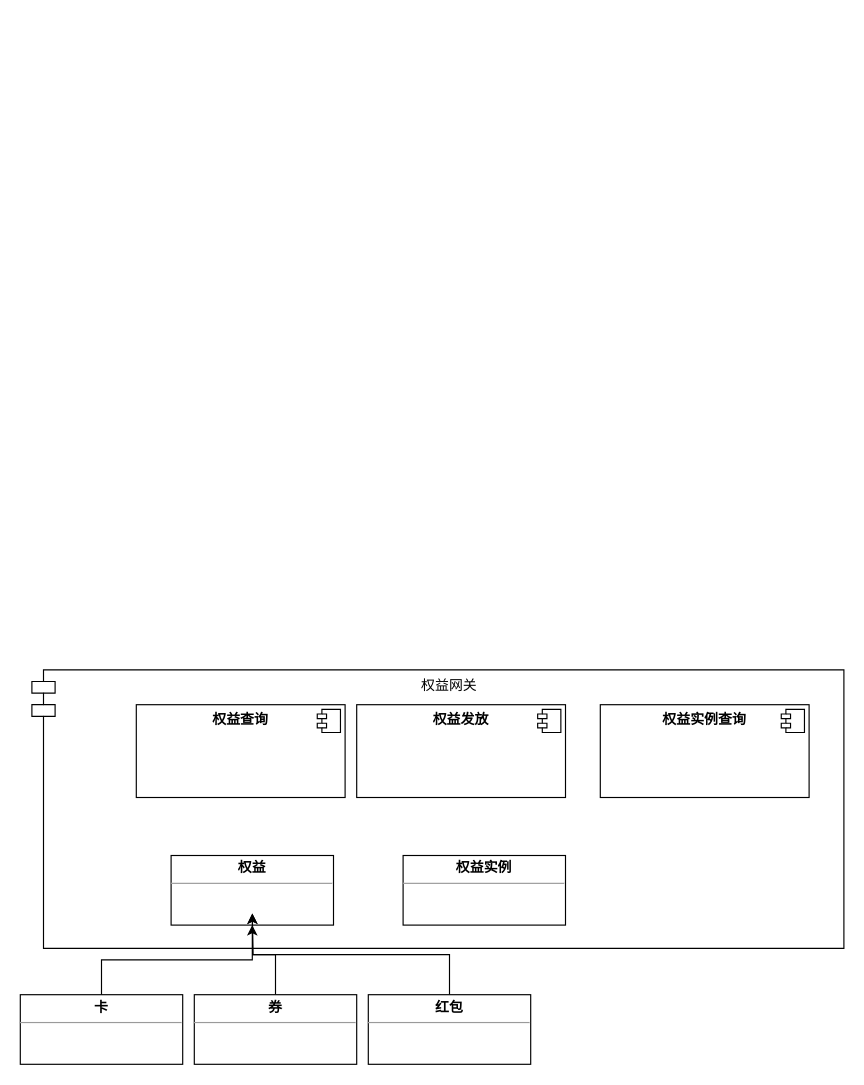
Before: Untitled Diagram.drawio in nomouse/learn, a draw.io diagram. Source tidied: cells renumbered, new cells numbered last; positions are measured from the earlier drawing's top-left corner, leaving out a move shared by most shapes. Both pictures are drawn from the tidied source at 116%, with x=0, y=0 at pixel (20, 669).
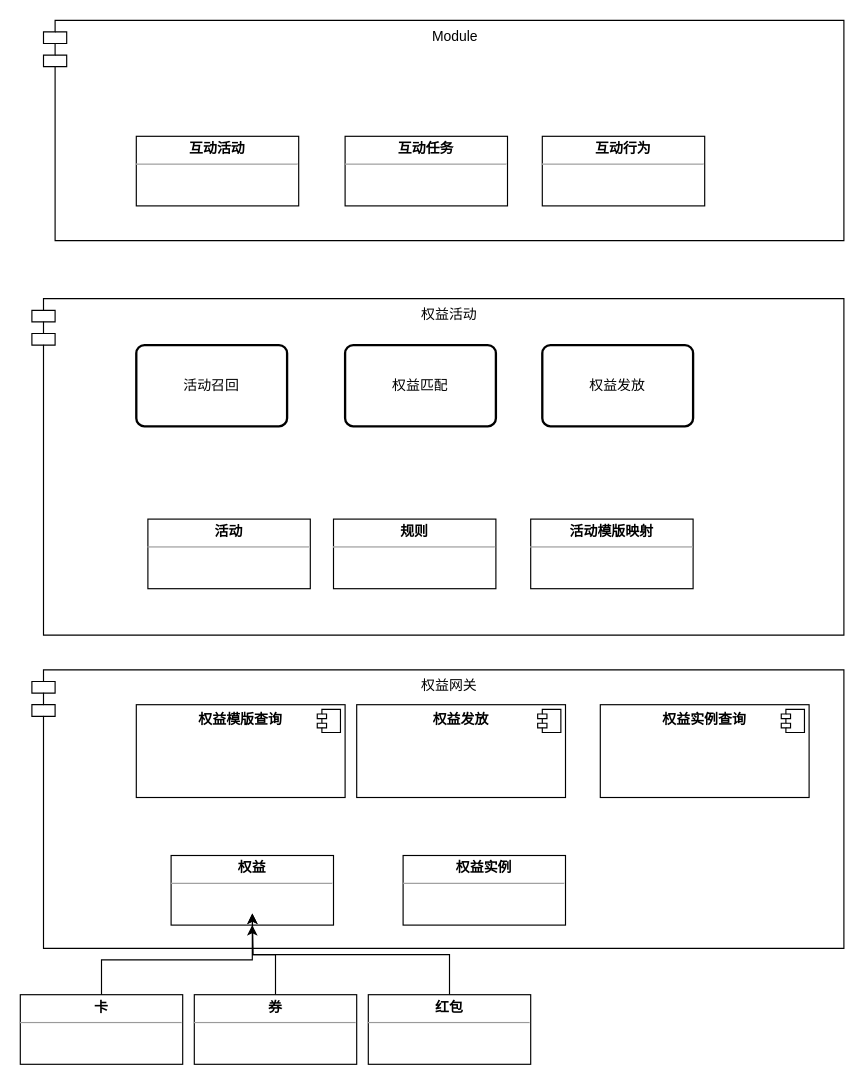
After the change.

Diff of the diagram source:
```diff
@@
-    <mxCell id="3" value="&lt;p style=&quot;margin: 0px ; margin-top: 6px ; text-align: center&quot;&gt;&lt;b&gt;权益查询&lt;/b&gt;&lt;/p&gt;" style="align=left;overflow=fill;html=1;" parent="1" vertex="1">
+    <mxCell id="3" value="&lt;p style=&quot;margin: 0px ; margin-top: 6px ; text-align: center&quot;&gt;&lt;b&gt;权益模版查询&lt;/b&gt;&lt;/p&gt;" style="align=left;overflow=fill;html=1;" parent="1" vertex="1">
       <mxGeometry x="100" y="30" width="180" height="80" as="geometry" />
     </mxCell>
@@
+    <mxCell id="17" value="权益活动" style="shape=module;align=left;spacingLeft=20;align=center;verticalAlign=top;" parent="1" vertex="1">
+      <mxGeometry x="10" y="-320" width="700" height="290" as="geometry" />
+    </mxCell>
+    <mxCell id="18" value="&lt;p style=&quot;margin: 0px ; margin-top: 4px ; text-align: center&quot;&gt;&lt;b&gt;活动&lt;/b&gt;&lt;/p&gt;&lt;hr size=&quot;1&quot;&gt;&lt;div style=&quot;height: 2px&quot;&gt;&lt;/div&gt;" style="verticalAlign=top;align=left;overflow=fill;fontSize=12;fontFamily=Helvetica;html=1;" parent="1" vertex="1">
+      <mxGeometry x="110" y="-130" width="140" height="60" as="geometry" />
+    </mxCell>
+    <mxCell id="19" value="&lt;p style=&quot;margin: 0px ; margin-top: 4px ; text-align: center&quot;&gt;&lt;b&gt;规则&lt;/b&gt;&lt;/p&gt;&lt;hr size=&quot;1&quot;&gt;&lt;div style=&quot;height: 2px&quot;&gt;&lt;/div&gt;" style="verticalAlign=top;align=left;overflow=fill;fontSize=12;fontFamily=Helvetica;html=1;" parent="1" vertex="1">
+      <mxGeometry x="270" y="-130" width="140" height="60" as="geometry" />
+    </mxCell>
+    <mxCell id="20" value="&lt;p style=&quot;margin: 0px ; margin-top: 4px ; text-align: center&quot;&gt;&lt;b&gt;活动模版映射&lt;/b&gt;&lt;/p&gt;&lt;hr size=&quot;1&quot;&gt;&lt;div style=&quot;height: 2px&quot;&gt;&lt;/div&gt;" style="verticalAlign=top;align=left;overflow=fill;fontSize=12;fontFamily=Helvetica;html=1;" parent="1" vertex="1">
+      <mxGeometry x="440" y="-130" width="140" height="60" as="geometry" />
+    </mxCell>
+    <mxCell id="21" value="活动召回" style="rounded=1;whiteSpace=wrap;html=1;absoluteArcSize=1;arcSize=14;strokeWidth=2;" parent="1" vertex="1">
+      <mxGeometry x="100" y="-280" width="130" height="70" as="geometry" />
+    </mxCell>
+    <mxCell id="22" value="权益匹配" style="rounded=1;whiteSpace=wrap;html=1;absoluteArcSize=1;arcSize=14;strokeWidth=2;" parent="1" vertex="1">
+      <mxGeometry x="280" y="-280" width="130" height="70" as="geometry" />
+    </mxCell>
+    <mxCell id="23" value="权益发放" style="rounded=1;whiteSpace=wrap;html=1;absoluteArcSize=1;arcSize=14;strokeWidth=2;" parent="1" vertex="1">
+      <mxGeometry x="450" y="-280" width="130" height="70" as="geometry" />
+    </mxCell>
+    <mxCell id="24" value="Module" style="shape=module;align=left;spacingLeft=20;align=center;verticalAlign=top;" parent="1" vertex="1">
+      <mxGeometry x="20" y="-560" width="690" height="190" as="geometry" />
+    </mxCell>
+    <mxCell id="25" value="&lt;p style=&quot;margin: 0px ; margin-top: 4px ; text-align: center&quot;&gt;&lt;b&gt;互动活动&lt;/b&gt;&lt;/p&gt;&lt;hr size=&quot;1&quot;&gt;&lt;div style=&quot;height: 2px&quot;&gt;&lt;/div&gt;" style="verticalAlign=top;align=left;overflow=fill;fontSize=12;fontFamily=Helvetica;html=1;" parent="1" vertex="1">
+      <mxGeometry x="100" y="-460" width="140" height="60" as="geometry" />
+    </mxCell>
+    <mxCell id="26" value="&lt;p style=&quot;margin: 0px ; margin-top: 4px ; text-align: center&quot;&gt;&lt;b&gt;互动任务&lt;/b&gt;&lt;/p&gt;&lt;hr size=&quot;1&quot;&gt;&lt;div style=&quot;height: 2px&quot;&gt;&lt;/div&gt;" style="verticalAlign=top;align=left;overflow=fill;fontSize=12;fontFamily=Helvetica;html=1;" parent="1" vertex="1">
+      <mxGeometry x="280" y="-460" width="140" height="60" as="geometry" />
+    </mxCell>
+    <mxCell id="27" value="&lt;p style=&quot;margin: 0px ; margin-top: 4px ; text-align: center&quot;&gt;&lt;b&gt;互动行为&lt;/b&gt;&lt;/p&gt;&lt;hr size=&quot;1&quot;&gt;&lt;div style=&quot;height: 2px&quot;&gt;&lt;/div&gt;" style="verticalAlign=top;align=left;overflow=fill;fontSize=12;fontFamily=Helvetica;html=1;" parent="1" vertex="1">
+      <mxGeometry x="450" y="-460" width="140" height="60" as="geometry" />
+    </mxCell>
```
